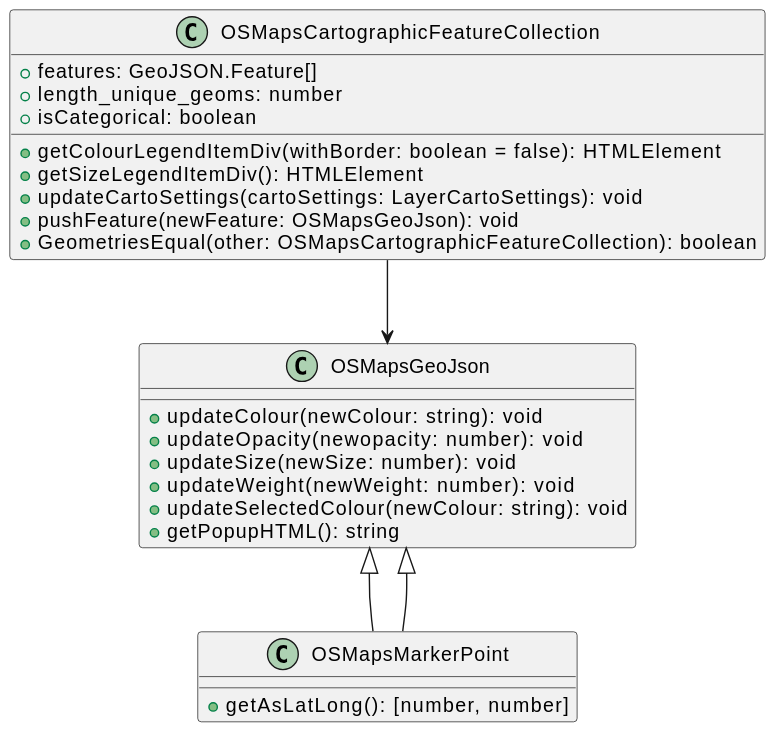
Earlier version of the PlantUML export docs/datamodels.svg (OrdnanceSurvey/os-powerbi-map).
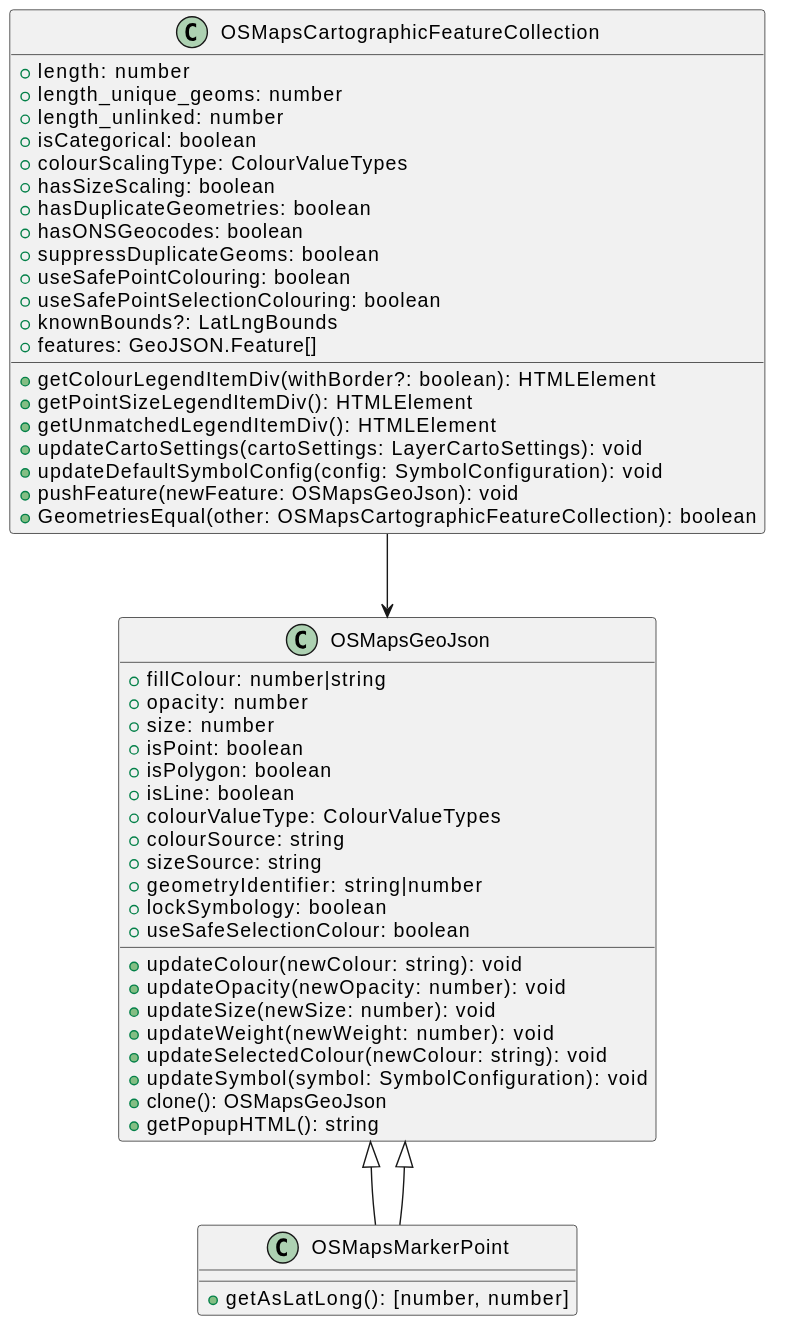
The same diagram one commit later.

The edit, as a diff of the source:
```diff
@@ -1,10 +1,24 @@
 @startuml
 class OSMapsGeoJson {
+    +fillColour: number|string
+    +opacity: number
+    +size: number
+    +isPoint: boolean
+    +isPolygon: boolean
+    +isLine: boolean
+    +colourValueType: ColourValueTypes
+    +colourSource: string
+    +sizeSource: string
+    +geometryIdentifier: string|number
+    +lockSymbology: boolean
+    +useSafeSelectionColour: boolean
     +updateColour(newColour: string): void
-    +updateOpacity(newopacity: number): void
+    +updateOpacity(newOpacity: number): void
     +updateSize(newSize: number): void
     +updateWeight(newWeight: number): void
     +updateSelectedColour(newColour: string): void
+    +updateSymbol(symbol: SymbolConfiguration): void
+    +clone(): OSMapsGeoJson
     +getPopupHTML(): string
 }
 
@@ -13,12 +27,24 @@
 }
 
 class OSMapsCartographicFeatureCollection {
+    +length: number
+    +length_unique_geoms: number
+    +length_unlinked: number
+    +isCategorical: boolean
+    +colourScalingType: ColourValueTypes
+    +hasSizeScaling: boolean
+    +hasDuplicateGeometries: boolean
+    +hasONSGeocodes: boolean
+    +suppressDuplicateGeoms: boolean
+    +useSafePointColouring: boolean
+    +useSafePointSelectionColouring: boolean
+    +knownBounds?: LatLngBounds
     +features: GeoJSON.Feature[]
-    +length_unique_geoms: number
-    +isCategorical: boolean
-    +getColourLegendItemDiv(withBorder: boolean = false): HTMLElement
-    +getSizeLegendItemDiv(): HTMLElement
+    +getColourLegendItemDiv(withBorder?: boolean): HTMLElement
+    +getPointSizeLegendItemDiv(): HTMLElement
+    +getUnmatchedLegendItemDiv(): HTMLElement
     +updateCartoSettings(cartoSettings: LayerCartoSettings): void
+    +updateDefaultSymbolConfig(config: SymbolConfiguration): void
     +pushFeature(newFeature: OSMapsGeoJson): void
     +GeometriesEqual(other: OSMapsCartographicFeatureCollection): boolean
 }
```
